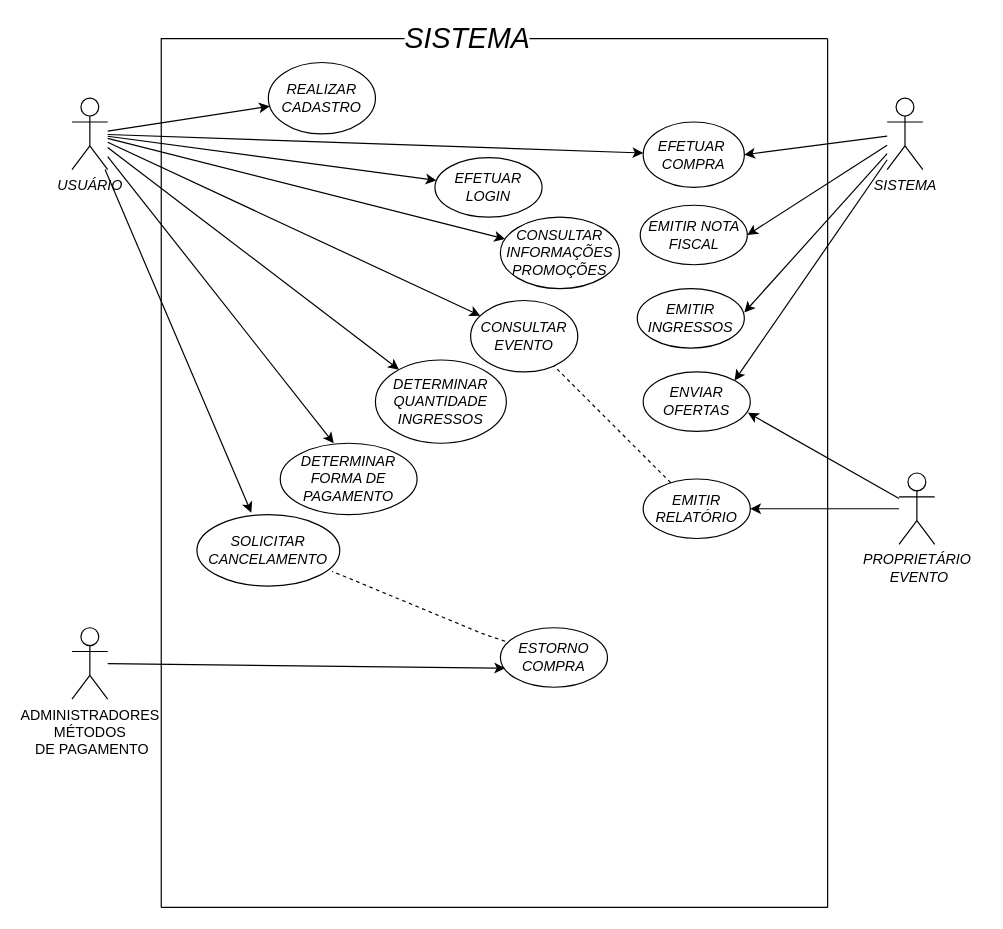
The draw.io diagram Untitled Diagram.drawio in milenamso/Projeto, before the edit. Source tidied: cells renumbered, new cells numbered last; positions are measured from the earlier drawing's top-left corner, leaving out a move shared by most shapes. Both pictures are drawn from the tidied source at 119%, with x=0, y=0 at pixel (71, 38).
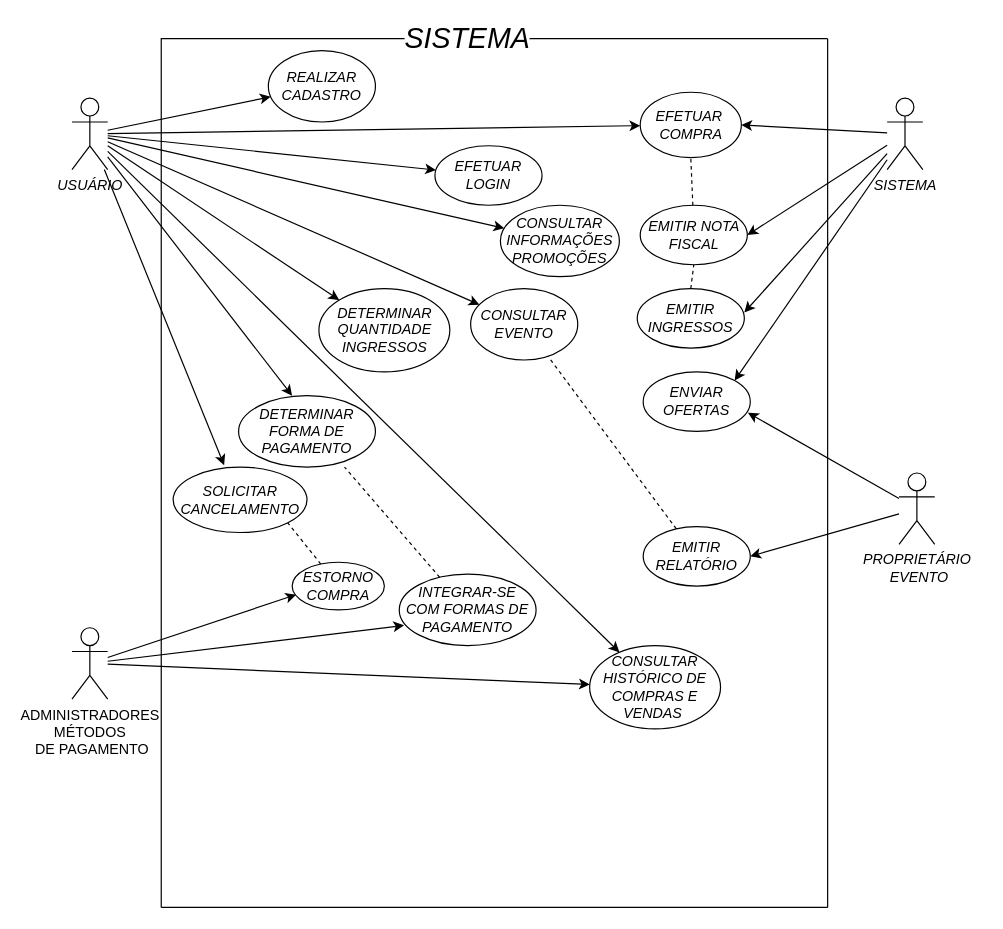
The same diagram, later.

The change refers to these unchanged cells:
```xml
<mxCell id="9" value="&lt;i&gt;USUÁRIO&lt;/i&gt;" style="shape=umlActor;verticalLabelPosition=bottom;verticalAlign=top;html=1;outlineConnect=0;" parent="1" vertex="1">
  <mxGeometry y="50" width="30" height="60" as="geometry" />
</mxCell>
<mxCell id="20" value="ADMINISTRADORES&lt;br&gt;MÉTODOS&lt;br&gt;&amp;nbsp;DE PAGAMENTO" style="shape=umlActor;verticalLabelPosition=bottom;verticalAlign=top;html=1;outlineConnect=0;" parent="1" vertex="1">
  <mxGeometry y="495" width="30" height="60" as="geometry" />
</mxCell>
<mxCell id="33" value="&lt;i&gt;EMITIR NOTA FISCAL&lt;br&gt;&lt;/i&gt;" style="ellipse;whiteSpace=wrap;html=1;fillColor=#FFFFFF;" parent="1" vertex="1">
  <mxGeometry x="477.5" y="140" width="90" height="50" as="geometry" />
</mxCell>
<mxCell id="34" value="&lt;i&gt;EMITIR INGRESSOS&lt;br&gt;&lt;/i&gt;" style="ellipse;whiteSpace=wrap;html=1;fillColor=#FFFFFF;" parent="1" vertex="1">
  <mxGeometry x="475" y="210" width="90" height="50" as="geometry" />
</mxCell>
```

The edit, as a diff of the source:
```diff
@@
+    <mxCell id="41" style="edgeStyle=none;rounded=0;jettySize=auto;html=1;" parent="1" edge="1" source="9" target="44">
+      <mxGeometry relative="1" as="geometry" />
+    </mxCell>
@@
+    <mxCell id="42" style="edgeStyle=none;rounded=0;jettySize=auto;html=1;" parent="1" edge="1" source="20" target="44">
+      <mxGeometry relative="1" as="geometry" />
+    </mxCell>
+    <mxCell id="43" style="edgeStyle=none;rounded=0;jettySize=auto;html=1;entryX=0.035;entryY=0.717;entryDx=0;entryDy=0;entryPerimeter=0;" parent="1" edge="1" source="20" target="45">
+      <mxGeometry relative="1" as="geometry" />
+    </mxCell>
@@
     <mxCell id="21" value="&lt;i&gt;REALIZAR CADASTRO&lt;/i&gt;" style="ellipse;whiteSpace=wrap;html=1;fillColor=#FFFFFF;" parent="1" vertex="1">
-      <mxGeometry x="165" y="20" width="90" height="60" as="geometry" />
+      <mxGeometry x="165" y="10" width="90" height="60" as="geometry" />
     </mxCell>
     <mxCell id="22" value="&lt;i&gt;EFETUAR LOGIN&lt;/i&gt;" style="ellipse;whiteSpace=wrap;html=1;fillColor=#FFFFFF;" parent="1" vertex="1">
-      <mxGeometry x="305" y="100" width="90" height="50" as="geometry" />
+      <mxGeometry x="305" y="90" width="90" height="50" as="geometry" />
     </mxCell>
     <mxCell id="23" value="&lt;i&gt;CONSULTAR EVENTO&lt;/i&gt;" style="ellipse;whiteSpace=wrap;html=1;fillColor=#FFFFFF;" parent="1" vertex="1">
-      <mxGeometry x="335" y="220" width="90" height="60" as="geometry" />
+      <mxGeometry x="335" y="210" width="90" height="60" as="geometry" />
     </mxCell>
     <mxCell id="24" value="&lt;i&gt;CONSULTAR&lt;br&gt;INFORMAÇÕES&lt;br&gt;PROMOÇÕES&lt;br&gt;&lt;/i&gt;" style="ellipse;whiteSpace=wrap;html=1;fillColor=#FFFFFF;" parent="1" vertex="1">
-      <mxGeometry x="360" y="150" width="100" height="60" as="geometry" />
+      <mxGeometry x="360" y="140" width="100" height="60" as="geometry" />
     </mxCell>
     <mxCell id="25" value="&lt;i&gt;DETERMINAR QUANTIDADE INGRESSOS&lt;/i&gt;" style="ellipse;whiteSpace=wrap;html=1;fillColor=#FFFFFF;" parent="1" vertex="1">
-      <mxGeometry x="255" y="270" width="110" height="70" as="geometry" />
+      <mxGeometry x="207.5" y="210" width="110" height="70" as="geometry" />
     </mxCell>
     <mxCell id="26" value="&lt;i&gt;DETERMINAR FORMA DE PAGAMENTO&lt;/i&gt;" style="ellipse;whiteSpace=wrap;html=1;fillColor=#FFFFFF;" parent="1" vertex="1">
-      <mxGeometry x="175" y="340" width="115" height="60" as="geometry" />
+      <mxGeometry x="140" y="300" width="115" height="60" as="geometry" />
     </mxCell>
@@
     <mxCell id="32" value="&lt;i&gt;EFETUAR&amp;nbsp;&lt;br&gt;COMPRA&lt;br&gt;&lt;/i&gt;" style="ellipse;whiteSpace=wrap;html=1;fillColor=#FFFFFF;" parent="1" vertex="1">
-      <mxGeometry x="480" y="70" width="85" height="55" as="geometry" />
+      <mxGeometry x="477.5" y="45" width="85" height="55" as="geometry" />
     </mxCell>
@@
     <mxCell id="36" value="&lt;i&gt;EMITIR RELATÓRIO&lt;/i&gt;" style="ellipse;whiteSpace=wrap;html=1;fillColor=#FFFFFF;" parent="1" vertex="1">
-      <mxGeometry x="480" y="370" width="90" height="50" as="geometry" />
+      <mxGeometry x="480" y="410" width="90" height="50" as="geometry" />
     </mxCell>
     <mxCell id="37" value="&lt;i&gt;SOLICITAR CANCELAMENTO&lt;/i&gt;" style="ellipse;whiteSpace=wrap;html=1;fillColor=#FFFFFF;" parent="1" vertex="1">
-      <mxGeometry x="105" y="400" width="120" height="60" as="geometry" />
+      <mxGeometry x="85" y="360" width="112.5" height="55" as="geometry" />
     </mxCell>
     <mxCell id="38" value="&lt;i&gt;ESTORNO COMPRA&lt;/i&gt;" style="ellipse;whiteSpace=wrap;html=1;fillColor=#FFFFFF;" parent="1" vertex="1">
-      <mxGeometry x="360" y="495" width="90" height="50" as="geometry" />
+      <mxGeometry x="185" y="440" width="77.5" height="40" as="geometry" />
     </mxCell>
-    <mxCell id="39" style="endArrow=none;dashed=1;html=1;rounded=0;fontSize=24;exitX=0.044;exitY=0.227;exitDx=0;exitDy=0;exitPerimeter=0;entryX=0.947;entryY=0.794;entryDx=0;entryDy=0;entryPerimeter=0;" parent="1" edge="1" source="38" target="37">
-      <mxGeometry relative="1" as="geometry">
-        <Array as="points">
-          <mxPoint x="345" y="500" />
-        </Array>
-      </mxGeometry>
+    <mxCell id="39" style="endArrow=none;dashed=1;html=1;rounded=0;fontSize=24;entryX=1;entryY=1;entryDx=0;entryDy=0;" parent="1" edge="1" source="38" target="37">
+      <mxGeometry relative="1" as="geometry" />
     </mxCell>
@@
+    <mxCell id="44" value="&lt;i&gt;CONSULTAR HISTÓRICO DE COMPRAS E VENDAS&amp;nbsp;&lt;/i&gt;" style="ellipse;whiteSpace=wrap;html=1;fillColor=#FFFFFF;" parent="1" vertex="1">
+      <mxGeometry x="435" y="510" width="110" height="70" as="geometry" />
+    </mxCell>
+    <mxCell id="45" value="&lt;i&gt;INTEGRAR-SE COM FORMAS DE PAGAMENTO&lt;/i&gt;" style="ellipse;whiteSpace=wrap;html=1;fillColor=#FFFFFF;" parent="1" vertex="1">
+      <mxGeometry x="275" y="450" width="115" height="60" as="geometry" />
+    </mxCell>
+    <mxCell id="46" style="endArrow=none;dashed=1;html=1;rounded=0;fontSize=24;entryX=0.774;entryY=1;entryDx=0;entryDy=0;entryPerimeter=0;" parent="1" edge="1" source="45" target="26">
+      <mxGeometry relative="1" as="geometry" />
+    </mxCell>
+    <mxCell id="47" style="endArrow=none;dashed=1;html=1;rounded=0;fontSize=24;entryX=0.5;entryY=1;entryDx=0;entryDy=0;" parent="1" edge="1" source="33" target="32">
+      <mxGeometry relative="1" as="geometry" />
+    </mxCell>
+    <mxCell id="48" style="endArrow=none;dashed=1;html=1;rounded=0;fontSize=24;exitX=0.5;exitY=0;exitDx=0;exitDy=0;entryX=0.5;entryY=1;entryDx=0;entryDy=0;" parent="1" edge="1" source="34" target="33">
+      <mxGeometry relative="1" as="geometry" />
+    </mxCell>
```
